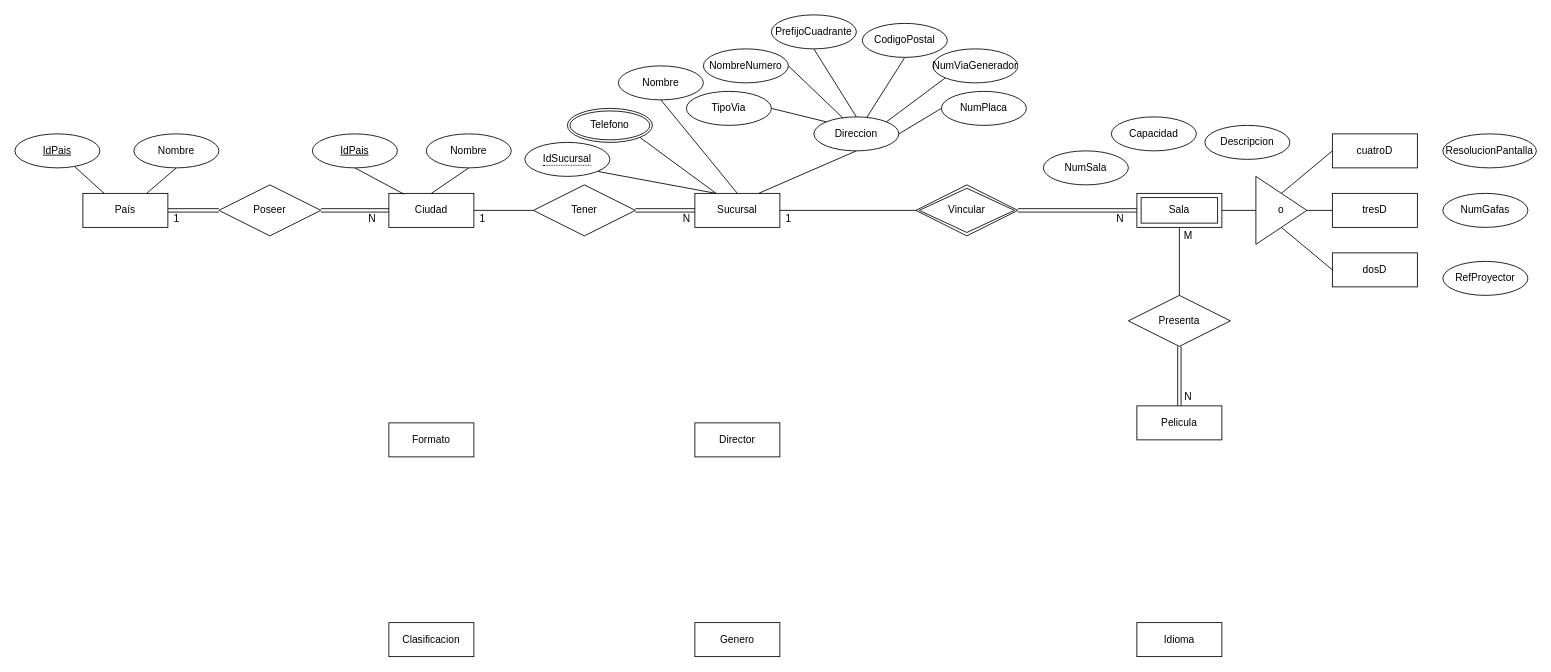
This is Cine.drawio from DehyroM/EjercicioClinica, a draw.io file, before an edit. Source tidied: cells renumbered, new cells numbered last; positions are measured from the earlier drawing's top-left corner, leaving out a move shared by most shapes. Both pictures are drawn from the tidied source at 85%, with x=0, y=0 at pixel (14, 14).
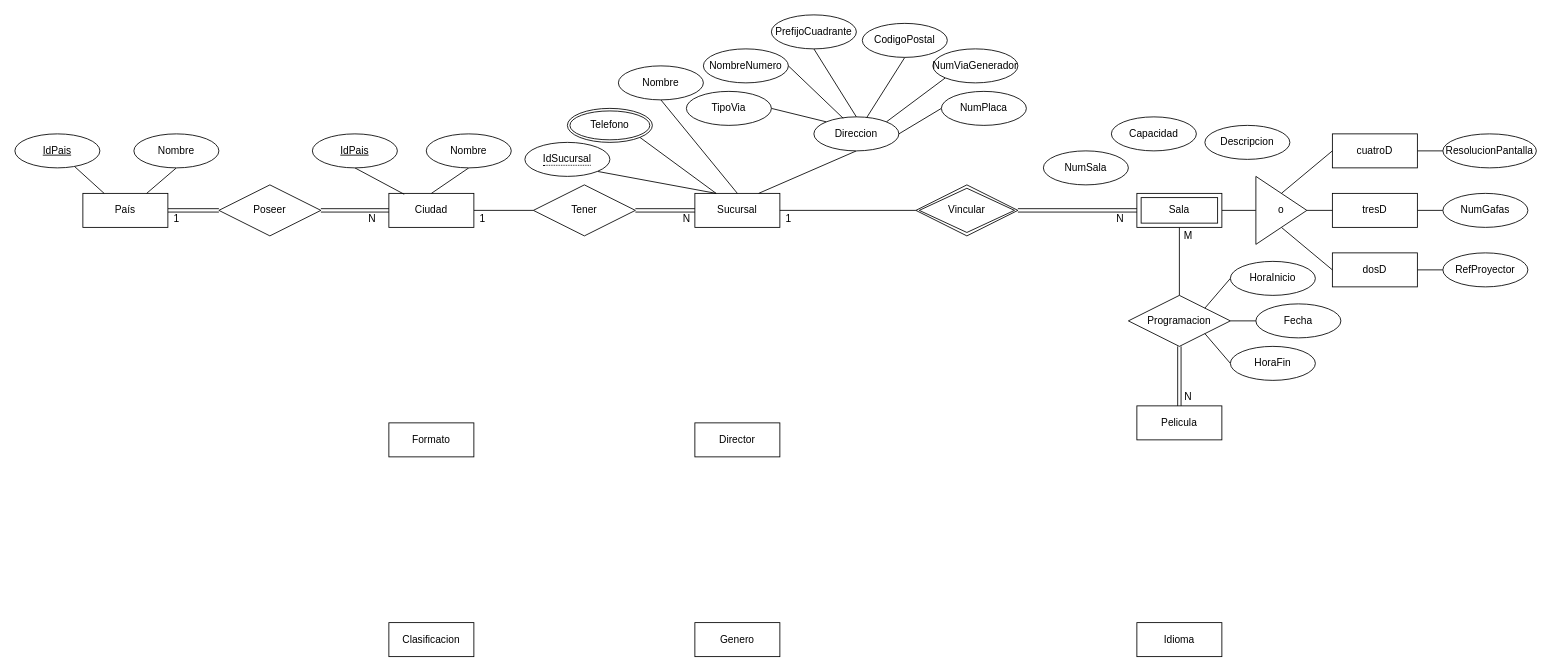
After the change.

Unchanged cells that the change refers to:
```xml
<mxCell id="57" value="tresD" style="whiteSpace=wrap;html=1;align=center;" parent="1" vertex="1">
  <mxGeometry x="1550" y="210" width="100" height="40" as="geometry" />
</mxCell>
<mxCell id="58" value="cuatroD" style="whiteSpace=wrap;html=1;align=center;" parent="1" vertex="1">
  <mxGeometry x="1550" y="140" width="100" height="40" as="geometry" />
</mxCell>
<mxCell id="59" value="dosD" style="whiteSpace=wrap;html=1;align=center;" parent="1" vertex="1">
  <mxGeometry x="1550" y="280" width="100" height="40" as="geometry" />
</mxCell>
<mxCell id="67" value="ResolucionPantalla" style="ellipse;whiteSpace=wrap;html=1;align=center;" parent="1" vertex="1">
  <mxGeometry x="1680" y="140" width="110" height="40" as="geometry" />
</mxCell>
<mxCell id="68" value="NumGafas" style="ellipse;whiteSpace=wrap;html=1;align=center;" parent="1" vertex="1">
  <mxGeometry x="1680" y="210" width="100" height="40" as="geometry" />
</mxCell>
```

The edit, as a diff of the source:
```diff
@@
+    <mxCell id="74" style="edgeStyle=none;rounded=0;jettySize=auto;html=1;exitX=1;exitY=0.5;exitDx=0;exitDy=0;entryX=0;entryY=0.5;entryDx=0;entryDy=0;startArrow=none;startFill=0;endArrow=none;endFill=0;" parent="1" edge="1" source="57" target="68">
+      <mxGeometry relative="1" as="geometry" />
+    </mxCell>
@@
+    <mxCell id="75" style="edgeStyle=none;rounded=0;jettySize=auto;html=1;exitX=1;exitY=0.5;exitDx=0;exitDy=0;entryX=0;entryY=0.5;entryDx=0;entryDy=0;startArrow=none;startFill=0;endArrow=none;endFill=0;" parent="1" edge="1" source="58" target="67">
+      <mxGeometry relative="1" as="geometry" />
+    </mxCell>
@@
+    <mxCell id="76" style="edgeStyle=none;rounded=0;jettySize=auto;html=1;exitX=1;exitY=0.5;exitDx=0;exitDy=0;entryX=0;entryY=0.5;entryDx=0;entryDy=0;startArrow=none;startFill=0;endArrow=none;endFill=0;" parent="1" edge="1" source="59" target="69">
+      <mxGeometry relative="1" as="geometry" />
+    </mxCell>
@@
     <mxCell id="69" value="RefProyector" style="ellipse;whiteSpace=wrap;html=1;align=center;" parent="1" vertex="1">
-      <mxGeometry x="1680" y="290" width="100" height="40" as="geometry" />
+      <mxGeometry x="1680" y="280" width="100" height="40" as="geometry" />
     </mxCell>
@@
-    <mxCell id="71" value="Presenta" style="shape=rhombus;perimeter=rhombusPerimeter;whiteSpace=wrap;html=1;align=center;" parent="1" vertex="1">
+    <mxCell id="71" value="Programacion" style="shape=rhombus;perimeter=rhombusPerimeter;whiteSpace=wrap;html=1;align=center;" parent="1" vertex="1">
       <mxGeometry x="1310" y="330" width="120" height="60" as="geometry" />
     </mxCell>
@@
+    <mxCell id="77" style="edgeStyle=none;rounded=0;jettySize=auto;html=1;exitX=0;exitY=0.5;exitDx=0;exitDy=0;entryX=1;entryY=0.5;entryDx=0;entryDy=0;startArrow=none;startFill=0;endArrow=none;endFill=0;" parent="1" edge="1" source="78" target="71">
+      <mxGeometry relative="1" as="geometry" />
+    </mxCell>
+    <mxCell id="78" value="Fecha" style="ellipse;whiteSpace=wrap;html=1;align=center;" parent="1" vertex="1">
+      <mxGeometry x="1460" y="340" width="100" height="40" as="geometry" />
+    </mxCell>
+    <mxCell id="79" style="edgeStyle=none;rounded=0;jettySize=auto;html=1;exitX=0;exitY=0.5;exitDx=0;exitDy=0;entryX=1;entryY=1;entryDx=0;entryDy=0;startArrow=none;startFill=0;endArrow=none;endFill=0;" parent="1" edge="1" source="80" target="71">
+      <mxGeometry relative="1" as="geometry" />
+    </mxCell>
+    <mxCell id="80" value="HoraFin" style="ellipse;whiteSpace=wrap;html=1;align=center;" parent="1" vertex="1">
+      <mxGeometry x="1430" y="390" width="100" height="40" as="geometry" />
+    </mxCell>
+    <mxCell id="81" style="edgeStyle=none;rounded=0;jettySize=auto;html=1;exitX=0;exitY=0.5;exitDx=0;exitDy=0;entryX=1;entryY=0;entryDx=0;entryDy=0;startArrow=none;startFill=0;endArrow=none;endFill=0;" parent="1" edge="1" source="82" target="71">
+      <mxGeometry relative="1" as="geometry" />
+    </mxCell>
+    <mxCell id="82" value="HoraInicio" style="ellipse;whiteSpace=wrap;html=1;align=center;" parent="1" vertex="1">
+      <mxGeometry x="1430" y="290" width="100" height="40" as="geometry" />
+    </mxCell>
```
